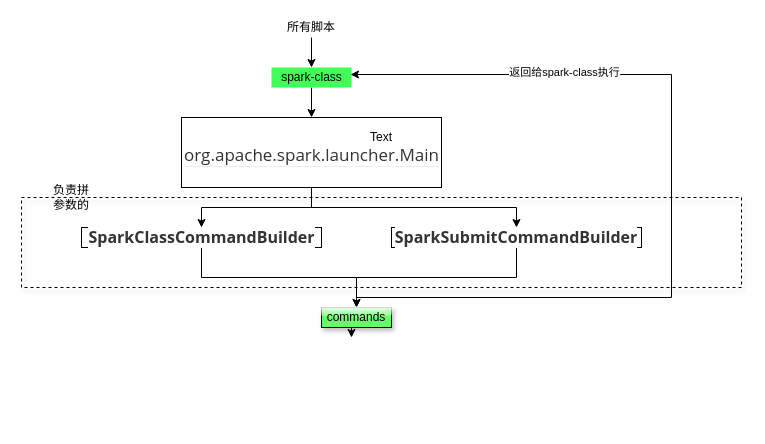
Before: page "第 1 页" (1 of 2) of 未分类/spark所有脚本执行流程.drawio in lafeier888/diagram, a draw.io diagram. Source tidied: cells renumbered, new cells numbered last; positions are measured from the earlier drawing's top-left corner, leaving out a move shared by most shapes. Both pictures are drawn from the tidied source at 100%, with x=0, y=0 at pixel (21, 17).
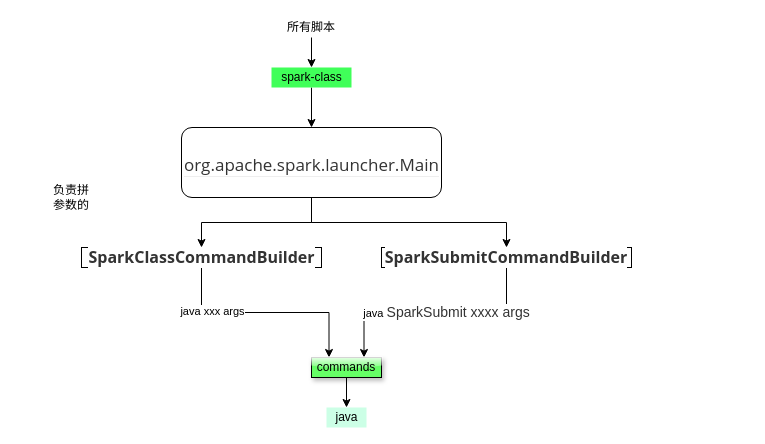
The same diagram, later.

Commit message:
更新spark所有脚本执行流程.drawio

Unchanged cells that the change refers to:
```xml
<mxCell id="5" value="spark-class" style="text;html=1;align=center;verticalAlign=middle;points=[];strokeColor=none;fillColor=#40FF59;" parent="1" vertex="1">
  <mxGeometry x="250" y="50" width="80" height="20" as="geometry" />
</mxCell>
```

The edit, as a diff of the source:
```diff
@@
-    <mxCell id="6" style="edgeStyle=orthogonalEdgeStyle;rounded=0;jettySize=auto;html=1;" parent="1" edge="1" source="7" target="17">
+    <mxCell id="6" style="edgeStyle=orthogonalEdgeStyle;rounded=0;jettySize=auto;html=1;entryX=0.25;entryY=0;entryDx=0;entryDy=0;" parent="1" edge="1" source="7" target="17">
       <mxGeometry relative="1" as="geometry" />
     </mxCell>
+    <mxCell id="20" value="java xxx args" style="edgeLabel;html=1;align=center;verticalAlign=middle;" parent="6" vertex="1">
+      <mxGeometry x="-0.49" y="3" relative="1" as="geometry">
+        <mxPoint y="1" as="offset" />
+      </mxGeometry>
+    </mxCell>
     <mxCell id="7" value="&lt;span style=&quot;color: rgb(51 , 51 , 51) ; font-family: &amp;#34;open sans&amp;#34; , &amp;#34;clear sans&amp;#34; , &amp;#34;helvetica neue&amp;#34; , &amp;#34;helvetica&amp;#34; , &amp;#34;arial&amp;#34; , &amp;#34;segoe ui emoji&amp;#34; , sans-serif ; font-size: 16px ; font-weight: bold ; background-color: rgb(255 , 255 , 255)&quot;&gt;SparkClassCommandBuilder&lt;/span&gt;" style="text;html=1;align=center;verticalAlign=middle;points=[];strokeColor=default;fillColor=none;glass=1;" parent="1" vertex="1">
-      <mxGeometry x="60" y="210" width="240" height="20" as="geometry" />
+      <mxGeometry x="60" y="230" width="240" height="20" as="geometry" />
     </mxCell>
-    <mxCell id="8" style="edgeStyle=orthogonalEdgeStyle;rounded=0;jettySize=auto;html=1;entryX=0.5;entryY=0;entryDx=0;entryDy=0;" parent="1" edge="1" source="9" target="17">
+    <mxCell id="8" style="edgeStyle=orthogonalEdgeStyle;rounded=0;jettySize=auto;html=1;exitX=0.5;exitY=1;exitDx=0;exitDy=0;entryX=0.75;entryY=0;entryDx=0;entryDy=0;" parent="1" edge="1" source="9" target="17">
       <mxGeometry relative="1" as="geometry" />
     </mxCell>
+    <mxCell id="21" value="java&amp;nbsp;&lt;span style=&quot;color: rgb(51 , 51 , 51) ; font-family: , sans-serif ; font-size: 14px&quot;&gt;SparkSubmit xxxx args&lt;/span&gt;" style="edgeLabel;html=1;align=center;verticalAlign=middle;" parent="8" vertex="1">
+      <mxGeometry x="-0.09" y="-1" relative="1" as="geometry" />
+    </mxCell>
     <mxCell id="9" value="&lt;span style=&quot;color: rgb(51, 51, 51); font-family: &amp;quot;open sans&amp;quot;, &amp;quot;clear sans&amp;quot;, &amp;quot;helvetica neue&amp;quot;, helvetica, arial, &amp;quot;segoe ui emoji&amp;quot;, sans-serif; font-size: 16px; font-style: normal; font-weight: bold; letter-spacing: normal; text-indent: 0px; text-transform: none; word-spacing: 0px; background-color: rgb(255, 255, 255); text-decoration: none; display: inline; float: none;&quot;&gt;SparkSubmitCommandBuilder&lt;/span&gt;" style="text;html=1;strokeColor=default;fillColor=none;align=center;verticalAlign=middle;whiteSpace=wrap;rounded=0;glass=1;" parent="1" vertex="1">
-      <mxGeometry x="370" y="210" width="250" height="20" as="geometry" />
+      <mxGeometry x="360" y="230" width="250" height="20" as="geometry" />
     </mxCell>
@@
-    <mxCell id="12" value="&lt;h1 class=&quot;md-end-block md-heading md-focus&quot; style=&quot;box-sizing: border-box ; margin-top: 1rem ; margin-bottom: 1rem ; position: relative ; line-height: 1.2 ; cursor: text ; border-bottom: 1px solid rgb(238 , 238 , 238) ; color: rgb(51 , 51 , 51) ; font-family: &amp;#34;open sans&amp;#34; , &amp;#34;clear sans&amp;#34; , &amp;#34;helvetica neue&amp;#34; , &amp;#34;helvetica&amp;#34; , &amp;#34;arial&amp;#34; , &amp;#34;segoe ui emoji&amp;#34; , sans-serif ; background-color: rgb(255 , 255 , 255)&quot;&gt;&lt;span class=&quot;md-plain md-expand&quot; style=&quot;box-sizing: border-box ; font-weight: normal&quot;&gt;&lt;font style=&quot;vertical-align: inherit ; font-size: 17px&quot;&gt;org.apache.spark.launcher.Main&lt;/font&gt;&lt;/span&gt;&lt;/h1&gt;" style="text;html=1;align=center;verticalAlign=middle;points=[];strokeColor=default;fillColor=none;" parent="1" vertex="1">
-      <mxGeometry x="160" y="100" width="260" height="70" as="geometry" />
+    <mxCell id="12" value="&lt;h1 class=&quot;md-end-block md-heading md-focus&quot; style=&quot;box-sizing: border-box ; margin-top: 1rem ; margin-bottom: 1rem ; position: relative ; line-height: 1.2 ; cursor: text ; border-bottom: 1px solid rgb(238 , 238 , 238) ; color: rgb(51 , 51 , 51) ; font-family: &amp;#34;open sans&amp;#34; , &amp;#34;clear sans&amp;#34; , &amp;#34;helvetica neue&amp;#34; , &amp;#34;helvetica&amp;#34; , &amp;#34;arial&amp;#34; , &amp;#34;segoe ui emoji&amp;#34; , sans-serif ; background-color: rgb(255 , 255 , 255)&quot;&gt;&lt;span class=&quot;md-plain md-expand&quot; style=&quot;box-sizing: border-box ; font-weight: normal&quot;&gt;&lt;font style=&quot;vertical-align: inherit ; font-size: 17px&quot;&gt;org.apache.spark.launcher.Main&lt;/font&gt;&lt;/span&gt;&lt;/h1&gt;" style="text;html=1;align=center;verticalAlign=middle;points=[];strokeColor=default;fillColor=none;rounded=1;" parent="1" vertex="1">
+      <mxGeometry x="160" y="110" width="260" height="70" as="geometry" />
     </mxCell>
-    <mxCell id="13" value="Text" style="text;html=1;strokeColor=none;fillColor=none;align=center;verticalAlign=middle;whiteSpace=wrap;rounded=0;glass=1;" parent="1" vertex="1">
-      <mxGeometry x="340" y="110" width="40" height="20" as="geometry" />
-    </mxCell>
-    <mxCell id="14" style="edgeStyle=orthogonalEdgeStyle;rounded=0;jettySize=auto;html=1;entryX=0.988;entryY=0.35;entryDx=0;entryDy=0;entryPerimeter=0;" parent="1" edge="1" source="17" target="5">
-      <mxGeometry relative="1" as="geometry">
-        <Array as="points">
-          <mxPoint x="650" y="280" />
-          <mxPoint x="650" y="57" />
-        </Array>
-      </mxGeometry>
-    </mxCell>
-    <mxCell id="15" value="返回给spark-class执行" style="edgeLabel;html=1;align=center;verticalAlign=middle;" parent="14" vertex="1">
-      <mxGeometry x="0.51" y="-3" relative="1" as="geometry" />
-    </mxCell>
-    <mxCell id="16" style="edgeStyle=orthogonalEdgeStyle;rounded=0;jettySize=auto;html=1;exitX=0.5;exitY=1;exitDx=0;exitDy=0;" parent="1" edge="1" source="17">
-      <mxGeometry relative="1" as="geometry">
-        <mxPoint x="330" y="320" as="targetPoint" />
-      </mxGeometry>
-    </mxCell>
+    <mxCell id="22" style="edgeStyle=orthogonalEdgeStyle;rounded=0;jettySize=auto;html=1;exitX=0.5;exitY=1;exitDx=0;exitDy=0;" parent="1" edge="1" source="17" target="23">
+      <mxGeometry relative="1" as="geometry" />
+    </mxCell>
     <mxCell id="17" value="commands" style="text;html=1;strokeColor=default;fillColor=#66FF66;align=center;verticalAlign=middle;whiteSpace=wrap;rounded=0;glass=1;shadow=1;" parent="1" vertex="1">
-      <mxGeometry x="300" y="290" width="70" height="20" as="geometry" />
+      <mxGeometry x="290" y="340" width="70" height="20" as="geometry" />
     </mxCell>
-    <mxCell id="18" style="rounded=0;whiteSpace=wrap;html=1;shadow=1;glass=1;strokeColor=default;fillColor=none;dashed=1;" parent="1" vertex="1">
-      <mxGeometry y="180" width="720" height="90" as="geometry" />
-    </mxCell>
@@
+    <mxCell id="23" value="java" style="text;html=1;align=center;verticalAlign=middle;points=[];strokeColor=none;fillColor=#CCFFE6;" parent="1" vertex="1">
+      <mxGeometry x="305" y="390" width="40" height="20" as="geometry" />
+    </mxCell>
```
